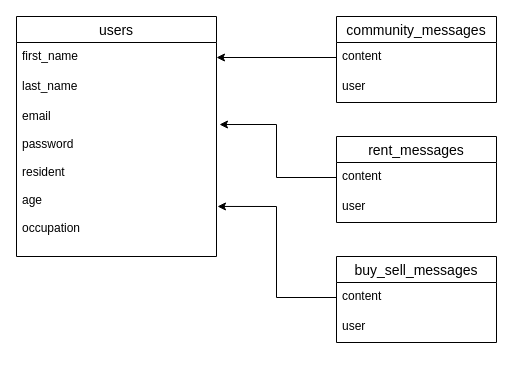
Kanako-I/original-app keeps this draw.io diagram as originalapp.dio. Above is the earlier version. Source tidied: cells renumbered, new cells numbered last; positions are measured from the earlier drawing's top-left corner, leaving out a move shared by most shapes. Both pictures are drawn from the tidied source at 100%, with x=0, y=0 at pixel (16, 16).
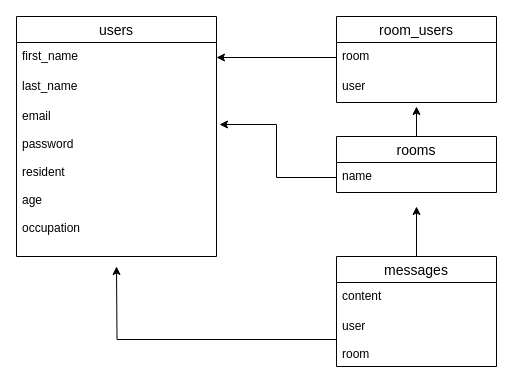
The same page after the edit.

Unchanged cells that the change refers to:
```xml
<mxCell id="5" value="email&#10;&#10;password&#10;&#10;resident&#10;&#10;age&#10;&#10;occupation" style="text;strokeColor=none;fillColor=none;spacingLeft=4;spacingRight=4;overflow=hidden;points=[[0,0.5],[1,0.5]];portConstraint=eastwest;fontSize=12;" parent="2" vertex="1">
  <mxGeometry y="86" width="200" height="154" as="geometry" />
</mxCell>
<mxCell id="14" value="content" style="text;strokeColor=none;fillColor=none;spacingLeft=4;spacingRight=4;overflow=hidden;points=[[0,0.5],[1,0.5]];portConstraint=eastwest;fontSize=12;" parent="13" vertex="1">
  <mxGeometry y="26" width="160" height="30" as="geometry" />
</mxCell>
```

What changed in the source:
```diff
@@
-    <mxCell id="6" value="community_messages" style="swimlane;fontStyle=0;horizontal=1;startSize=26;align=center;fontSize=14;" parent="1" vertex="1">
+    <mxCell id="6" value="room_users" style="swimlane;fontStyle=0;horizontal=1;startSize=26;align=center;fontSize=14;" parent="1" vertex="1">
       <mxGeometry x="320" width="160" height="86" as="geometry" />
     </mxCell>
-    <mxCell id="7" value="content" style="text;strokeColor=none;fillColor=none;spacingLeft=4;spacingRight=4;overflow=hidden;points=[[0,0.5],[1,0.5]];portConstraint=eastwest;fontSize=12;" parent="6" vertex="1">
+    <mxCell id="7" value="room&#10;" style="text;strokeColor=none;fillColor=none;spacingLeft=4;spacingRight=4;overflow=hidden;points=[[0,0.5],[1,0.5]];portConstraint=eastwest;fontSize=12;" parent="6" vertex="1">
       <mxGeometry y="26" width="160" height="30" as="geometry" />
     </mxCell>
@@
+    <mxCell id="18" style="edgeStyle=orthogonalEdgeStyle;rounded=0;jettySize=auto;html=1;exitX=0.5;exitY=0;exitDx=0;exitDy=0;" parent="1" edge="1" source="10">
+      <mxGeometry relative="1" as="geometry">
+        <mxPoint x="400" y="90" as="targetPoint" />
+      </mxGeometry>
+    </mxCell>
-    <mxCell id="10" value="rent_messages" style="swimlane;fontStyle=0;horizontal=1;startSize=26;align=center;fontSize=14;" parent="1" vertex="1">
-      <mxGeometry x="320" y="120" width="160" height="86" as="geometry" />
+    <mxCell id="10" value="rooms" style="swimlane;fontStyle=0;horizontal=1;startSize=26;align=center;fontSize=14;" parent="1" vertex="1">
+      <mxGeometry x="320" y="120" width="160" height="56" as="geometry" />
     </mxCell>
-    <mxCell id="11" value="content" style="text;strokeColor=none;fillColor=none;spacingLeft=4;spacingRight=4;overflow=hidden;points=[[0,0.5],[1,0.5]];portConstraint=eastwest;fontSize=12;" parent="10" vertex="1">
+    <mxCell id="11" value="name" style="text;strokeColor=none;fillColor=none;spacingLeft=4;spacingRight=4;overflow=hidden;points=[[0,0.5],[1,0.5]];portConstraint=eastwest;fontSize=12;" parent="10" vertex="1">
       <mxGeometry y="26" width="160" height="30" as="geometry" />
     </mxCell>
-    <mxCell id="12" value="user&#10;" style="text;strokeColor=none;fillColor=none;spacingLeft=4;spacingRight=4;overflow=hidden;fontSize=12;" parent="10" vertex="1">
-      <mxGeometry y="56" width="160" height="30" as="geometry" />
-    </mxCell>
+    <mxCell id="19" style="edgeStyle=orthogonalEdgeStyle;rounded=0;jettySize=auto;html=1;exitX=0.5;exitY=0;exitDx=0;exitDy=0;" parent="1" edge="1" source="13">
+      <mxGeometry relative="1" as="geometry">
+        <mxPoint x="400" y="190" as="targetPoint" />
+      </mxGeometry>
+    </mxCell>
-    <mxCell id="13" value="buy_sell_messages" style="swimlane;fontStyle=0;horizontal=1;startSize=26;align=center;fontSize=14;" parent="1" vertex="1">
-      <mxGeometry x="320" y="240" width="160" height="86" as="geometry" />
+    <mxCell id="13" value="messages" style="swimlane;fontStyle=0;horizontal=1;startSize=26;align=center;fontSize=14;" parent="1" vertex="1">
+      <mxGeometry x="320" y="240" width="160" height="110" as="geometry" />
     </mxCell>
@@
-    <mxCell id="15" value="user&#10;" style="text;strokeColor=none;fillColor=none;spacingLeft=4;spacingRight=4;overflow=hidden;points=[[0,0.5],[1,0.5]];portConstraint=eastwest;fontSize=12;" parent="13" vertex="1">
-      <mxGeometry y="56" width="160" height="30" as="geometry" />
+    <mxCell id="15" value="user&#10;&#10;room&#10;" style="text;strokeColor=none;fillColor=none;spacingLeft=4;spacingRight=4;overflow=hidden;points=[[0,0.5],[1,0.5]];portConstraint=eastwest;fontSize=12;" parent="13" vertex="1">
+      <mxGeometry y="56" width="160" height="54" as="geometry" />
     </mxCell>
@@
-    <mxCell id="17" style="edgeStyle=orthogonalEdgeStyle;rounded=0;jettySize=auto;html=1;exitX=0;exitY=0.5;exitDx=0;exitDy=0;entryX=1.005;entryY=0.675;entryDx=0;entryDy=0;entryPerimeter=0;" parent="1" edge="1" source="14" target="5">
-      <mxGeometry relative="1" as="geometry" />
-    </mxCell>
+    <mxCell id="20" style="edgeStyle=orthogonalEdgeStyle;rounded=0;jettySize=auto;html=1;exitX=0;exitY=0.5;exitDx=0;exitDy=0;" parent="1" edge="1" source="15">
+      <mxGeometry relative="1" as="geometry">
+        <mxPoint x="100" y="250" as="targetPoint" />
+      </mxGeometry>
+    </mxCell>
```
